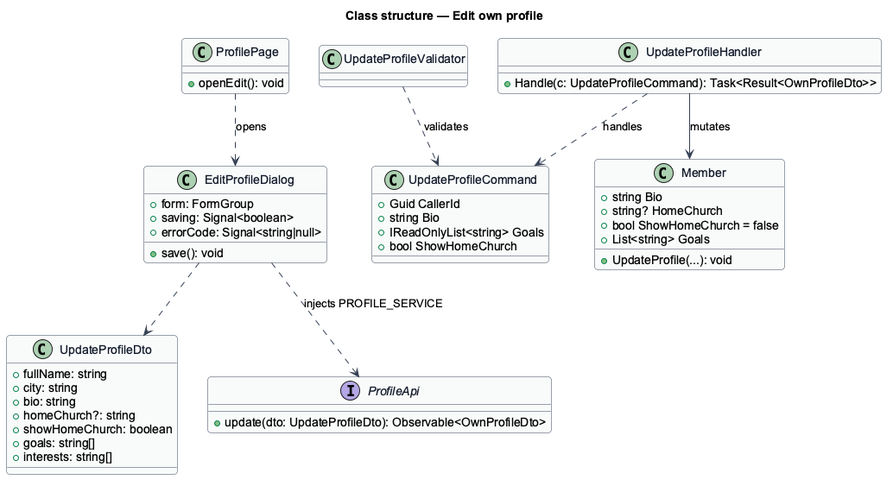
Above: docs/detailed-designs/member-profile/edit-profile/diagrams/class-structure.png in QuinntyneBrown/christian-fitness (PlantUML), before the change.
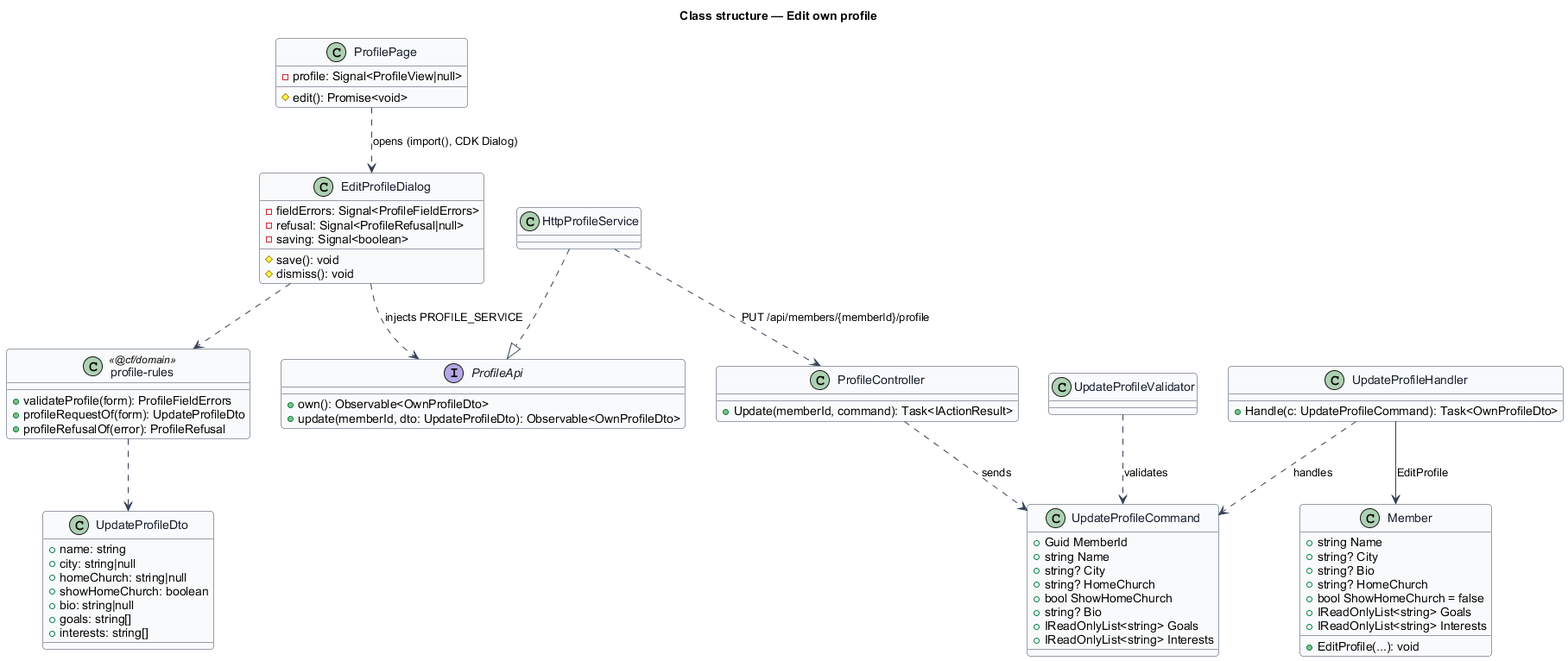
The same file after the commit.

Change to the diagram source:
```diff
@@ -11,47 +11,70 @@
 }
 title Class structure — Edit own profile
 class ProfilePage {
-  +openEdit(): void
+  -profile: Signal<ProfileView|null>
+  #edit(): Promise<void>
 }
 class EditProfileDialog {
-  +form: FormGroup
-  +saving: Signal<boolean>
-  +errorCode: Signal<string|null>
-  +save(): void
+  -fieldErrors: Signal<ProfileFieldErrors>
+  -refusal: Signal<ProfileRefusal|null>
+  -saving: Signal<boolean>
+  #save(): void
+  #dismiss(): void
+}
+class "profile-rules" as rules <<@cf/domain>> {
+  +validateProfile(form): ProfileFieldErrors
+  +profileRequestOf(form): UpdateProfileDto
+  +profileRefusalOf(error): ProfileRefusal
 }
 class UpdateProfileDto {
-  +fullName: string
-  +city: string
-  +bio: string
-  +homeChurch?: string
+  +name: string
+  +city: string|null
+  +homeChurch: string|null
   +showHomeChurch: boolean
+  +bio: string|null
   +goals: string[]
   +interests: string[]
 }
 interface ProfileApi {
-  +update(dto: UpdateProfileDto): Observable<OwnProfileDto>
+  +own(): Observable<OwnProfileDto>
+  +update(memberId, dto: UpdateProfileDto): Observable<OwnProfileDto>
+}
+class HttpProfileService
+class ProfileController {
+  +Update(memberId, command): Task<IActionResult>
 }
 class UpdateProfileCommand {
-  +Guid CallerId
-  +string Bio
+  +Guid MemberId
+  +string Name
+  +string? City
+  +string? HomeChurch
+  +bool ShowHomeChurch
+  +string? Bio
   +IReadOnlyList<string> Goals
-  +bool ShowHomeChurch
+  +IReadOnlyList<string> Interests
 }
 class UpdateProfileValidator
 class UpdateProfileHandler {
-  +Handle(c: UpdateProfileCommand): Task<Result<OwnProfileDto>>
+  +Handle(c: UpdateProfileCommand): Task<OwnProfileDto>
 }
 class Member {
-  +string Bio
+  +string Name
+  +string? City
+  +string? Bio
   +string? HomeChurch
   +bool ShowHomeChurch = false
-  +List<string> Goals
-  +UpdateProfile(...): void
+  +IReadOnlyList<string> Goals
+  +IReadOnlyList<string> Interests
+  +EditProfile(...): void
 }
-ProfilePage ..> EditProfileDialog : opens
+ProfilePage ..> EditProfileDialog : opens (import(), CDK Dialog)
 EditProfileDialog ..> ProfileApi : injects PROFILE_SERVICE
-EditProfileDialog ..> UpdateProfileDto
+EditProfileDialog ..> rules
+rules ..> UpdateProfileDto
+HttpProfileService ..|> ProfileApi
+HttpProfileService ..> ProfileController : PUT /api/members/{memberId}/profile
+ProfileController ..> UpdateProfileCommand : sends
 UpdateProfileValidator ..> UpdateProfileCommand : validates
 UpdateProfileHandler ..> UpdateProfileCommand : handles
-UpdateProfileHandler --> Member : mutates
+UpdateProfileHandler --> Member : EditProfile
 @enduml
```
